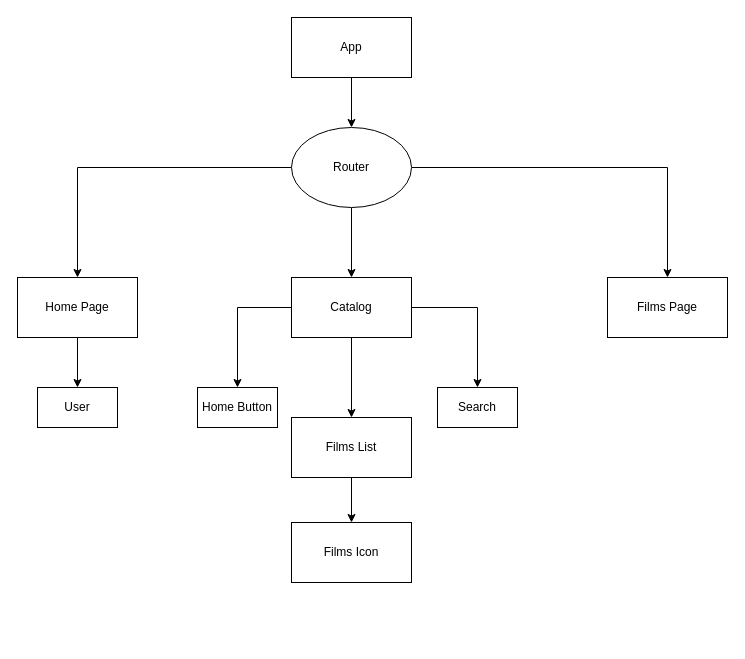
DimaVarek/reflix keeps this draw.io diagram as Диаграмма без названия.drawio. Above is the earlier version. Source tidied: cells renumbered, new cells numbered last; positions are measured from the earlier drawing's top-left corner, leaving out a move shared by most shapes. Both pictures are drawn from the tidied source at 100%, with x=0, y=0 at pixel (17, 17).
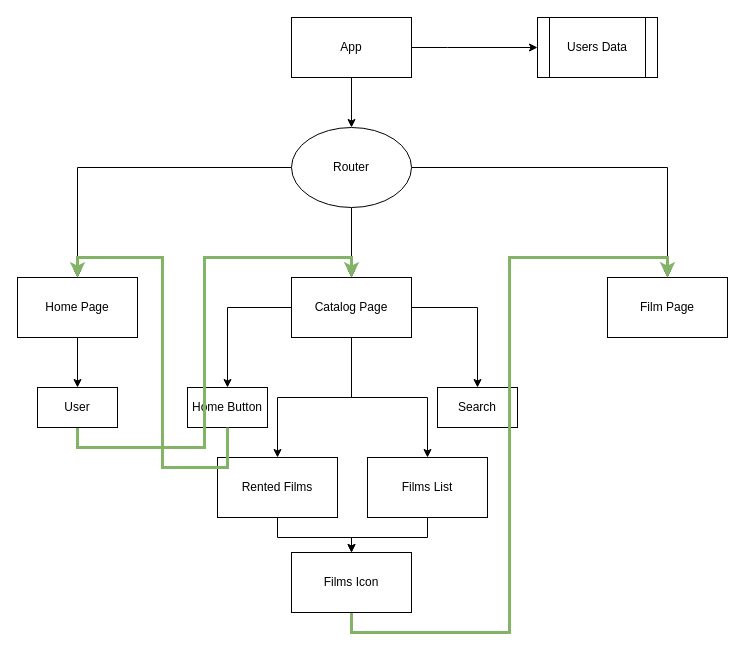
The same diagram, later.

The change refers to these unchanged cells:
```xml
<mxCell id="3" value="App" style="rounded=0;whiteSpace=wrap;html=1;" parent="1" vertex="1">
  <mxGeometry x="274" width="120" height="60" as="geometry" />
</mxCell>
<mxCell id="5" value="Home Page" style="rounded=0;whiteSpace=wrap;html=1;" parent="1" vertex="1">
  <mxGeometry y="260" width="120" height="60" as="geometry" />
</mxCell>
<mxCell id="20" value="User" style="rounded=0;whiteSpace=wrap;html=1;" parent="1" vertex="1">
  <mxGeometry x="20" y="370" width="80" height="40" as="geometry" />
</mxCell>
```

The edit, as a diff of the source:
```diff
@@
+    <mxCell id="21" style="edgeStyle=orthogonalEdgeStyle;rounded=0;jettySize=auto;html=1;exitX=1;exitY=0.5;exitDx=0;exitDy=0;entryX=0;entryY=0.5;entryDx=0;entryDy=0;" parent="1" edge="1" source="3" target="25">
+      <mxGeometry relative="1" as="geometry">
+        <Array as="points">
+          <mxPoint x="430" y="30" />
+          <mxPoint x="430" y="30" />
+        </Array>
+      </mxGeometry>
+    </mxCell>
@@
+    <mxCell id="22" style="edgeStyle=orthogonalEdgeStyle;rounded=0;jettySize=auto;html=1;exitX=0.5;exitY=1;exitDx=0;exitDy=0;entryX=0.5;entryY=0;entryDx=0;entryDy=0;" parent="1" edge="1" source="13" target="27">
+      <mxGeometry relative="1" as="geometry" />
+    </mxCell>
-    <mxCell id="13" value="Catalog" style="rounded=0;whiteSpace=wrap;html=1;" parent="1" vertex="1">
+    <mxCell id="13" value="Catalog Page" style="rounded=0;whiteSpace=wrap;html=1;" parent="1" vertex="1">
       <mxGeometry x="274" y="260" width="120" height="60" as="geometry" />
     </mxCell>
     <mxCell id="14" value="Home Button" style="rounded=0;whiteSpace=wrap;html=1;" parent="1" vertex="1">
-      <mxGeometry x="180" y="370" width="80" height="40" as="geometry" />
+      <mxGeometry x="170" y="370" width="80" height="40" as="geometry" />
     </mxCell>
-    <mxCell id="15" style="edgeStyle=orthogonalEdgeStyle;rounded=0;jettySize=auto;html=1;exitX=0.5;exitY=1;exitDx=0;exitDy=0;entryX=0.5;entryY=0;entryDx=0;entryDy=0;" parent="1" edge="1" source="16" target="19">
+    <mxCell id="15" style="edgeStyle=orthogonalEdgeStyle;rounded=0;jettySize=auto;html=1;exitX=0.5;exitY=1;exitDx=0;exitDy=0;entryX=0.5;entryY=0;entryDx=0;entryDy=0;fillColor=#d5e8d4;strokeColor=#000000;" parent="1" edge="1" source="16" target="19">
       <mxGeometry relative="1" as="geometry" />
     </mxCell>
     <mxCell id="16" value="Films List" style="rounded=0;whiteSpace=wrap;html=1;" parent="1" vertex="1">
-      <mxGeometry x="274" y="400" width="120" height="60" as="geometry" />
+      <mxGeometry x="350" y="440" width="120" height="60" as="geometry" />
     </mxCell>
@@
-    <mxCell id="18" value="Films Page" style="rounded=0;whiteSpace=wrap;html=1;" parent="1" vertex="1">
+    <mxCell id="18" value="Film Page" style="rounded=0;whiteSpace=wrap;html=1;" parent="1" vertex="1">
       <mxGeometry x="590" y="260" width="120" height="60" as="geometry" />
     </mxCell>
+    <mxCell id="23" style="edgeStyle=orthogonalEdgeStyle;rounded=0;jettySize=auto;html=1;exitX=0.5;exitY=1;exitDx=0;exitDy=0;entryX=0.5;entryY=0;entryDx=0;entryDy=0;fillColor=#d5e8d4;strokeColor=#82b366;strokeWidth=3;" parent="1" edge="1" source="19" target="18">
+      <mxGeometry relative="1" as="geometry" />
+    </mxCell>
     <mxCell id="19" value="Films Icon" style="rounded=0;whiteSpace=wrap;html=1;" parent="1" vertex="1">
-      <mxGeometry x="274" y="505" width="120" height="60" as="geometry" />
+      <mxGeometry x="274" y="535" width="120" height="60" as="geometry" />
     </mxCell>
+    <mxCell id="24" style="edgeStyle=orthogonalEdgeStyle;rounded=0;jettySize=auto;html=1;exitX=0.5;exitY=1;exitDx=0;exitDy=0;entryX=0.5;entryY=0;entryDx=0;entryDy=0;fillColor=#d5e8d4;strokeColor=#82b366;strokeWidth=3;" parent="1" edge="1" source="20" target="13">
+      <mxGeometry relative="1" as="geometry" />
+    </mxCell>
@@
+    <mxCell id="25" value="Users Data" style="shape=process;whiteSpace=wrap;html=1;backgroundOutline=1;" parent="1" vertex="1">
+      <mxGeometry x="520" width="120" height="60" as="geometry" />
+    </mxCell>
+    <mxCell id="26" style="edgeStyle=orthogonalEdgeStyle;rounded=0;jettySize=auto;html=1;exitX=0.5;exitY=1;exitDx=0;exitDy=0;entryX=0.5;entryY=0;entryDx=0;entryDy=0;" parent="1" edge="1" source="27" target="19">
+      <mxGeometry relative="1" as="geometry" />
+    </mxCell>
+    <mxCell id="27" value="Rented Films" style="rounded=0;whiteSpace=wrap;html=1;" parent="1" vertex="1">
+      <mxGeometry x="200" y="440" width="120" height="60" as="geometry" />
+    </mxCell>
+    <mxCell id="28" style="edgeStyle=orthogonalEdgeStyle;rounded=0;jettySize=auto;html=1;exitX=0.5;exitY=1;exitDx=0;exitDy=0;entryX=0.5;entryY=0;entryDx=0;entryDy=0;fillColor=#d5e8d4;strokeColor=#82b366;strokeWidth=3;jumpStyle=none;" parent="1" edge="1" source="14" target="5">
+      <mxGeometry relative="1" as="geometry">
+        <Array as="points">
+          <mxPoint x="210" y="450" />
+          <mxPoint x="145" y="450" />
+          <mxPoint x="145" y="240" />
+          <mxPoint x="60" y="240" />
+        </Array>
+      </mxGeometry>
+    </mxCell>
```
